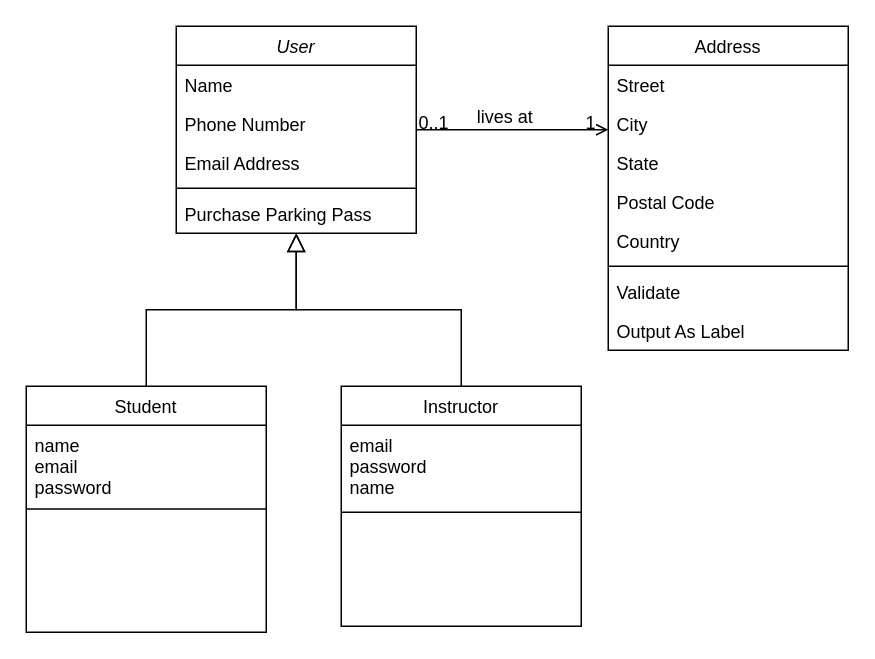
This is ClassDiagram.drawio from Mkaldalons/hugbo1, a draw.io file, before an edit. Source tidied: cells renumbered, new cells numbered last; positions are measured from the earlier drawing's top-left corner, leaving out a move shared by most shapes. Both pictures are drawn from the tidied source at 150%, with x=0, y=0 at pixel (26, 26).
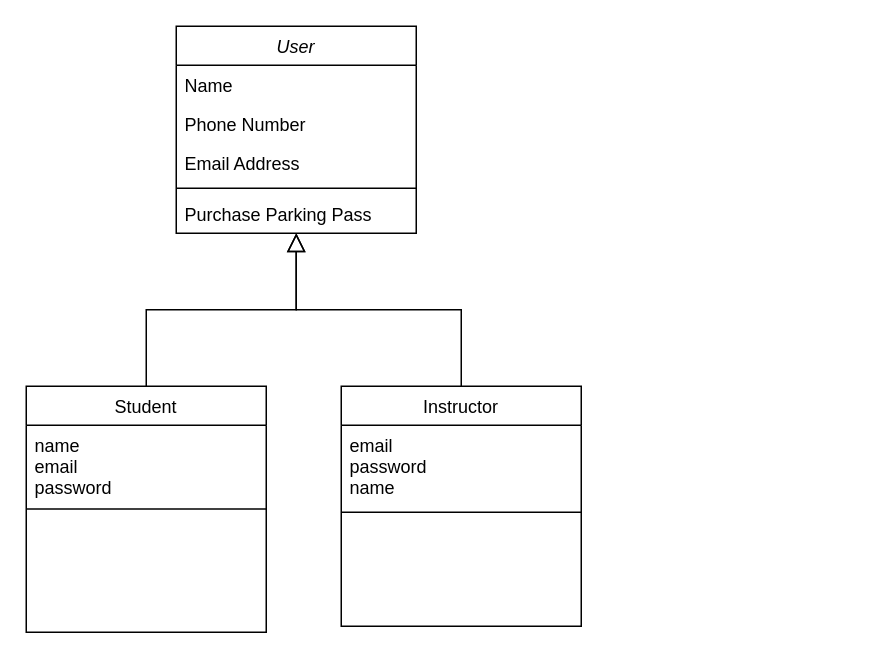
The same page after the edit.

The change refers to these unchanged cells:
```xml
<mxCell id="2" value="User" style="swimlane;fontStyle=2;align=center;verticalAlign=top;horizontal=1;startSize=26;rounded=0;shadow=0;strokeWidth=1;" parent="1" vertex="1">
  <mxGeometry x="100" width="160" height="138" as="geometry" />
</mxCell>
```

Change to the diagram source:
```diff
@@
-    <mxCell id="16" value="Address" style="swimlane;fontStyle=0;align=center;verticalAlign=top;horizontal=1;startSize=26;rounded=0;shadow=0;strokeWidth=1;" parent="1" vertex="1">
-      <mxGeometry x="388" width="160" height="216" as="geometry" />
-    </mxCell>
-    <mxCell id="17" value="Street" style="text;align=left;verticalAlign=top;spacingLeft=4;spacingRight=4;overflow=hidden;" parent="16" vertex="1">
-      <mxGeometry y="26" width="160" height="26" as="geometry" />
-    </mxCell>
-    <mxCell id="18" value="City" style="text;align=left;verticalAlign=top;spacingLeft=4;spacingRight=4;overflow=hidden;rounded=0;shadow=0;html=0;" parent="16" vertex="1">
-      <mxGeometry y="52" width="160" height="26" as="geometry" />
-    </mxCell>
-    <mxCell id="19" value="State" style="text;align=left;verticalAlign=top;spacingLeft=4;spacingRight=4;overflow=hidden;rounded=0;shadow=0;html=0;" parent="16" vertex="1">
-      <mxGeometry y="78" width="160" height="26" as="geometry" />
-    </mxCell>
-    <mxCell id="20" value="Postal Code" style="text;align=left;verticalAlign=top;spacingLeft=4;spacingRight=4;overflow=hidden;rounded=0;shadow=0;html=0;" parent="16" vertex="1">
-      <mxGeometry y="104" width="160" height="26" as="geometry" />
-    </mxCell>
-    <mxCell id="21" value="Country" style="text;align=left;verticalAlign=top;spacingLeft=4;spacingRight=4;overflow=hidden;rounded=0;shadow=0;html=0;" parent="16" vertex="1">
-      <mxGeometry y="130" width="160" height="26" as="geometry" />
-    </mxCell>
-    <mxCell id="22" style="line;html=1;strokeWidth=1;align=left;verticalAlign=middle;spacingTop=-1;spacingLeft=3;spacingRight=3;labelPosition=right;" parent="16" vertex="1">
-      <mxGeometry y="156" width="160" height="8" as="geometry" />
-    </mxCell>
-    <mxCell id="23" value="Validate" style="text;align=left;verticalAlign=top;spacingLeft=4;spacingRight=4;overflow=hidden;" parent="16" vertex="1">
-      <mxGeometry y="164" width="160" height="26" as="geometry" />
-    </mxCell>
-    <mxCell id="24" value="Output As Label" style="text;align=left;verticalAlign=top;spacingLeft=4;spacingRight=4;overflow=hidden;" parent="16" vertex="1">
-      <mxGeometry y="190" width="160" height="26" as="geometry" />
-    </mxCell>
-    <mxCell id="25" style="endArrow=open;shadow=0;strokeWidth=1;rounded=0;curved=0;endFill=1;edgeStyle=elbowEdgeStyle;elbow=vertical;" parent="1" edge="1" source="2" target="16">
-      <mxGeometry x="0.5" y="41" relative="1" as="geometry">
-        <mxPoint x="-40" y="32" as="offset" />
-      </mxGeometry>
-    </mxCell>
-    <mxCell id="26" value="0..1" style="align=left;verticalAlign=bottom;labelBackgroundColor=none;fontSize=12;" parent="25" vertex="1">
-      <mxGeometry x="-1" relative="1" as="geometry">
-        <mxPoint y="4" as="offset" />
-      </mxGeometry>
-    </mxCell>
-    <mxCell id="27" value="1" style="align=right;verticalAlign=bottom;labelBackgroundColor=none;fontSize=12;" parent="25" vertex="1">
-      <mxGeometry x="1" relative="1" as="geometry">
-        <mxPoint x="-7" y="4" as="offset" />
-      </mxGeometry>
-    </mxCell>
-    <mxCell id="28" value="lives at" style="text;html=1;align=center;verticalAlign=middle;labelBackgroundColor=none;rounded=0;shadow=0;strokeWidth=1;fontSize=12;" parent="25" vertex="1">
-      <mxGeometry x="0.5" y="49" relative="1" as="geometry">
-        <mxPoint x="-38" y="40" as="offset" />
-      </mxGeometry>
-    </mxCell>
```
